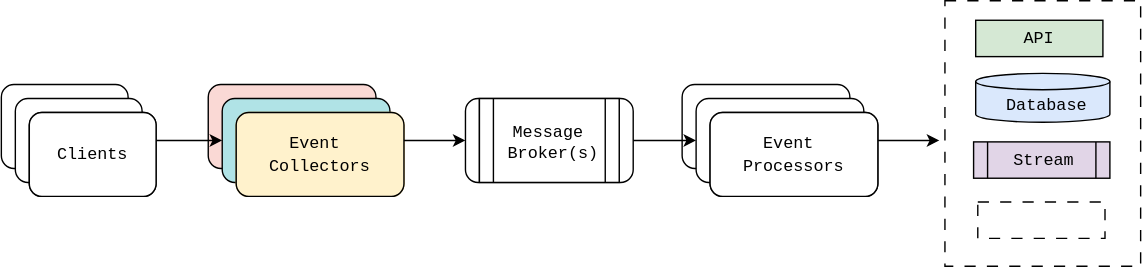
The draw.io diagram assets/notes/with-terminal-connectors.svg in addu390/addu390.github.io, before a commit. Source tidied: cells renumbered, new cells last; positions are measured from the earlier drawing's top-left corner, leaving out a move shared by most shapes.
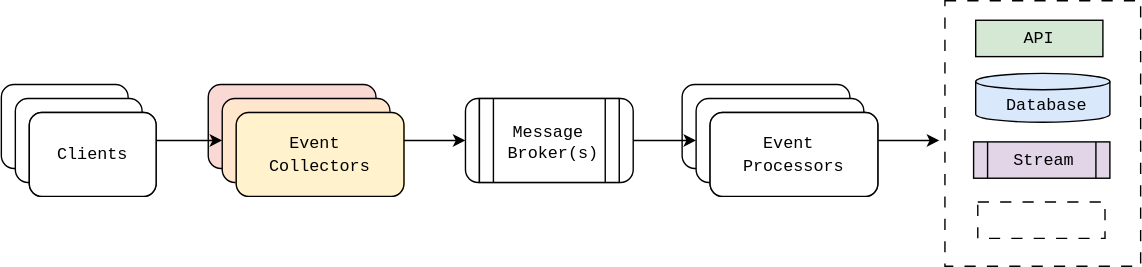
Later version of the same file.

Commit message:
Terminal Conclusion with What's next

The edit, as a diff of the source:
```diff
@@ -29,7 +29,7 @@
     <mxCell id="10" value="Event Collectors" style="rounded=1;whiteSpace=wrap;html=1;fillColor=#fad9d5;strokeColor=#000000;fillStyle=auto;" parent="1" vertex="1">
       <mxGeometry x="148" y="60" width="120" height="60" as="geometry" />
     </mxCell>
-    <mxCell id="11" value="Event Collectors" style="rounded=1;whiteSpace=wrap;html=1;fillColor=#b0e3e6;strokeColor=#000000;fillStyle=auto;" parent="1" vertex="1">
+    <mxCell id="11" value="Event Collectors" style="rounded=1;whiteSpace=wrap;html=1;fillColor=#ffe6cc;strokeColor=#000000;fillStyle=auto;" parent="1" vertex="1">
       <mxGeometry x="158" y="70" width="120" height="60" as="geometry" />
     </mxCell>
     <mxCell id="12" value="Event Collectors" style="rounded=1;whiteSpace=wrap;html=1;fillColor=#fff2cc;strokeColor=#d6b656;fillStyle=auto;" parent="1" vertex="1">
```
